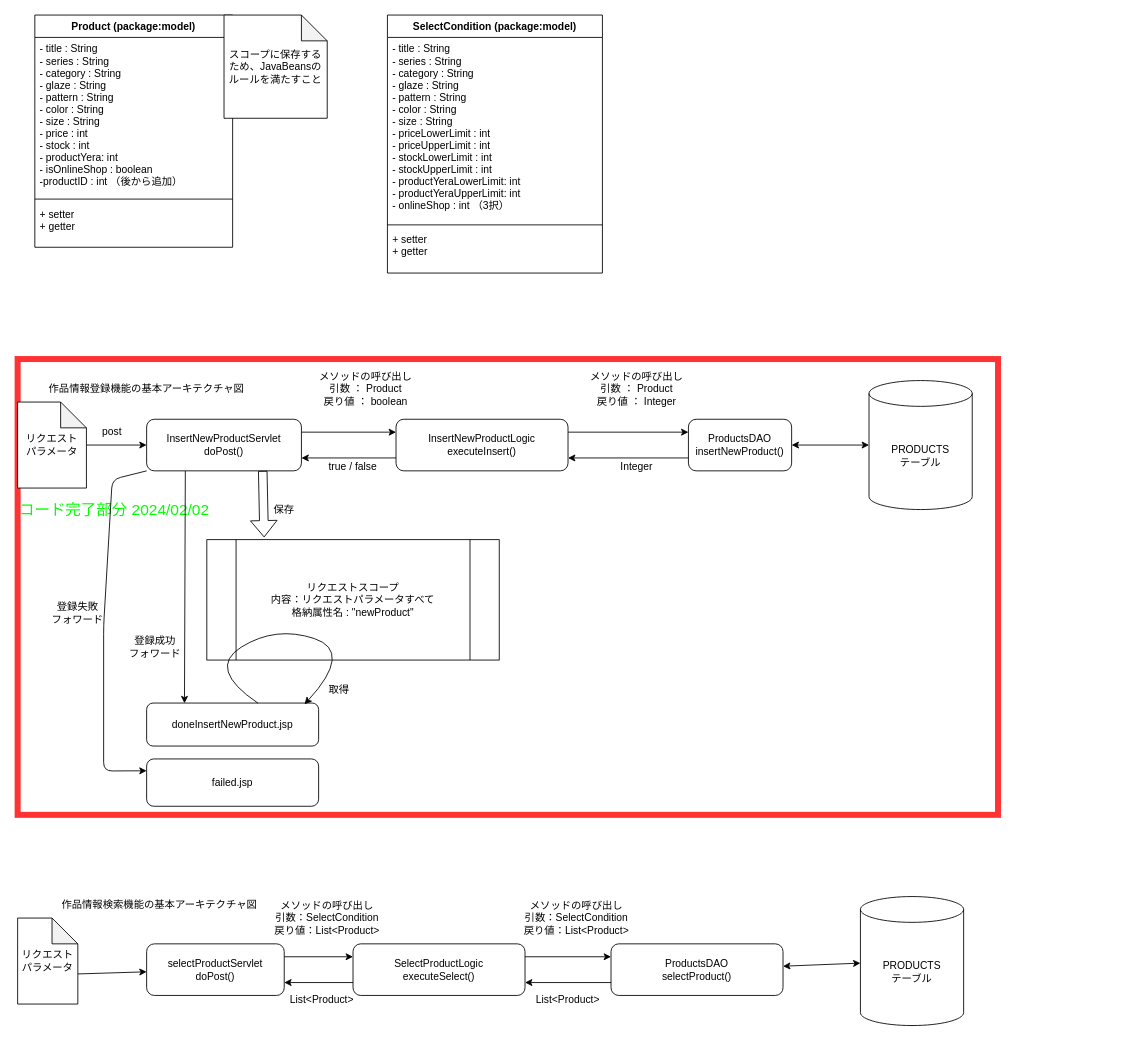
Earlier version of the draw.io diagram 修了自主制作資料/基本アーキテクチャ図.drawio (k-kubota-8/ceramic_DB). Source tidied: cells renumbered, new cells numbered last; positions are measured from the earlier drawing's top-left corner, leaving out a move shared by most shapes. Both pictures are drawn from the tidied source at 86%, with x=0, y=0 at pixel (17, 15).
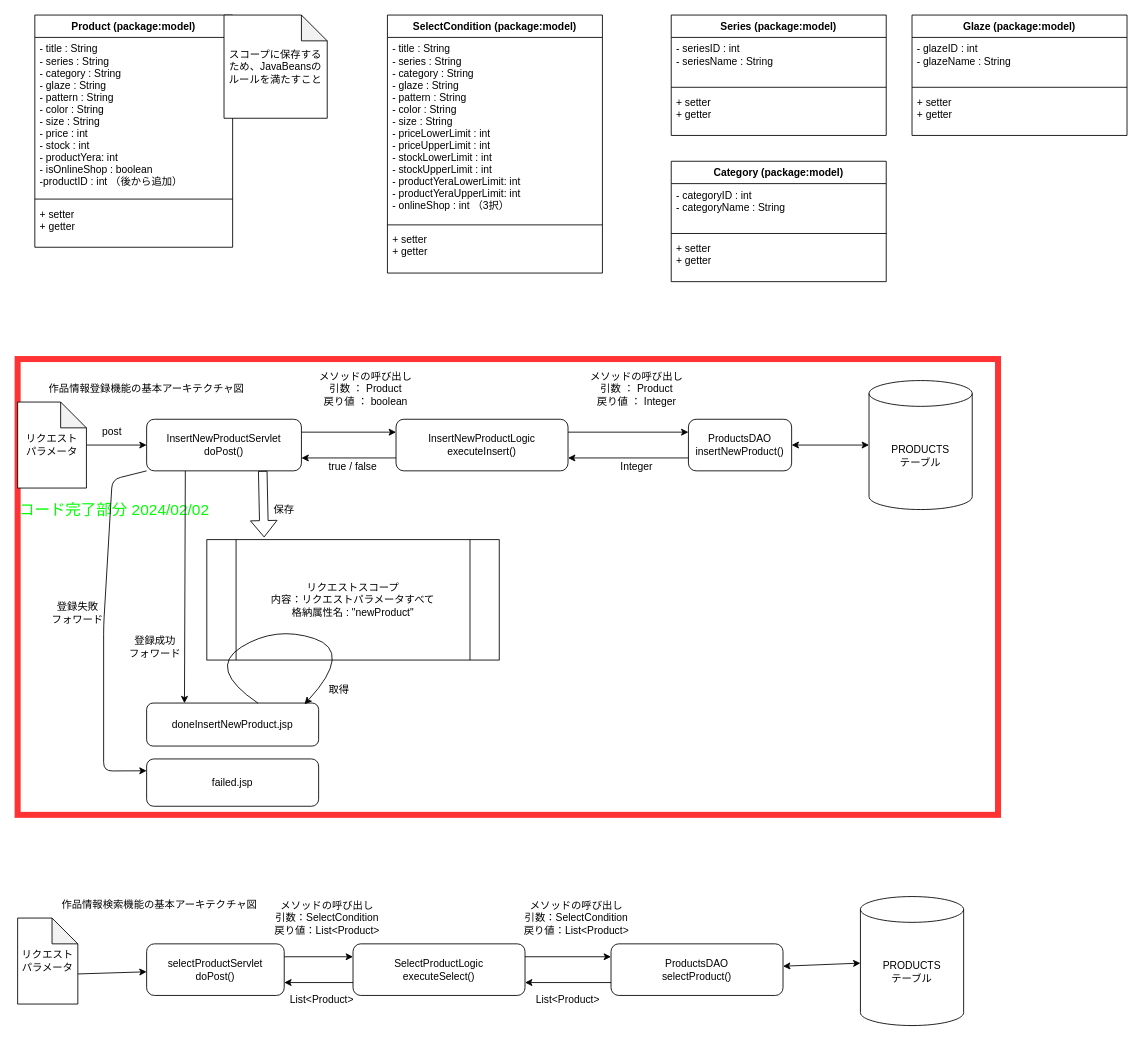
After the change.

The edit, as a diff of the source:
```diff
@@
+    <mxCell id="56" value="Series (package:model)" style="swimlane;fontStyle=1;align=center;verticalAlign=top;horizontal=1;startSize=26;" parent="1" vertex="1">
+      <mxGeometry x="760" width="250" height="140" as="geometry" />
+    </mxCell>
+    <mxCell id="57" value="- seriesID : int&#10;- seriesName : String" style="text;strokeColor=none;fillColor=none;align=left;verticalAlign=top;spacingLeft=4;spacingRight=4;overflow=hidden;" parent="56" vertex="1">
+      <mxGeometry y="26" width="250" height="54" as="geometry" />
+    </mxCell>
+    <mxCell id="58" style="line;strokeWidth=1;fillColor=none;align=left;verticalAlign=middle;spacingTop=-1;spacingLeft=3;spacingRight=3;labelPosition=right;strokeColor=inherit;" parent="56" vertex="1">
+      <mxGeometry y="80" width="250" height="8" as="geometry" />
+    </mxCell>
+    <mxCell id="59" value="+ setter&#10;+ getter" style="text;strokeColor=none;fillColor=none;align=left;verticalAlign=top;spacingLeft=4;spacingRight=4;overflow=hidden;" parent="56" vertex="1">
+      <mxGeometry y="88" width="250" height="52" as="geometry" />
+    </mxCell>
+    <mxCell id="60" value="Glaze (package:model)" style="swimlane;fontStyle=1;align=center;verticalAlign=top;horizontal=1;startSize=26;" parent="1" vertex="1">
+      <mxGeometry x="1040" width="250" height="140" as="geometry" />
+    </mxCell>
+    <mxCell id="61" value="- glazeID : int&#10;- glazeName : String" style="text;strokeColor=none;fillColor=none;align=left;verticalAlign=top;spacingLeft=4;spacingRight=4;overflow=hidden;" parent="60" vertex="1">
+      <mxGeometry y="26" width="250" height="54" as="geometry" />
+    </mxCell>
+    <mxCell id="62" style="line;strokeWidth=1;fillColor=none;align=left;verticalAlign=middle;spacingTop=-1;spacingLeft=3;spacingRight=3;labelPosition=right;strokeColor=inherit;" parent="60" vertex="1">
+      <mxGeometry y="80" width="250" height="8" as="geometry" />
+    </mxCell>
+    <mxCell id="63" value="+ setter&#10;+ getter" style="text;strokeColor=none;fillColor=none;align=left;verticalAlign=top;spacingLeft=4;spacingRight=4;overflow=hidden;" parent="60" vertex="1">
+      <mxGeometry y="88" width="250" height="52" as="geometry" />
+    </mxCell>
+    <mxCell id="64" value="Category (package:model)" style="swimlane;fontStyle=1;align=center;verticalAlign=top;horizontal=1;startSize=26;" parent="1" vertex="1">
+      <mxGeometry x="760" y="170" width="250" height="140" as="geometry" />
+    </mxCell>
+    <mxCell id="65" value="- categoryID : int&#10;- categoryName : String" style="text;strokeColor=none;fillColor=none;align=left;verticalAlign=top;spacingLeft=4;spacingRight=4;overflow=hidden;" parent="64" vertex="1">
+      <mxGeometry y="26" width="250" height="54" as="geometry" />
+    </mxCell>
+    <mxCell id="66" style="line;strokeWidth=1;fillColor=none;align=left;verticalAlign=middle;spacingTop=-1;spacingLeft=3;spacingRight=3;labelPosition=right;strokeColor=inherit;" parent="64" vertex="1">
+      <mxGeometry y="80" width="250" height="8" as="geometry" />
+    </mxCell>
+    <mxCell id="67" value="+ setter&#10;+ getter" style="text;strokeColor=none;fillColor=none;align=left;verticalAlign=top;spacingLeft=4;spacingRight=4;overflow=hidden;" parent="64" vertex="1">
+      <mxGeometry y="88" width="250" height="52" as="geometry" />
+    </mxCell>
```
